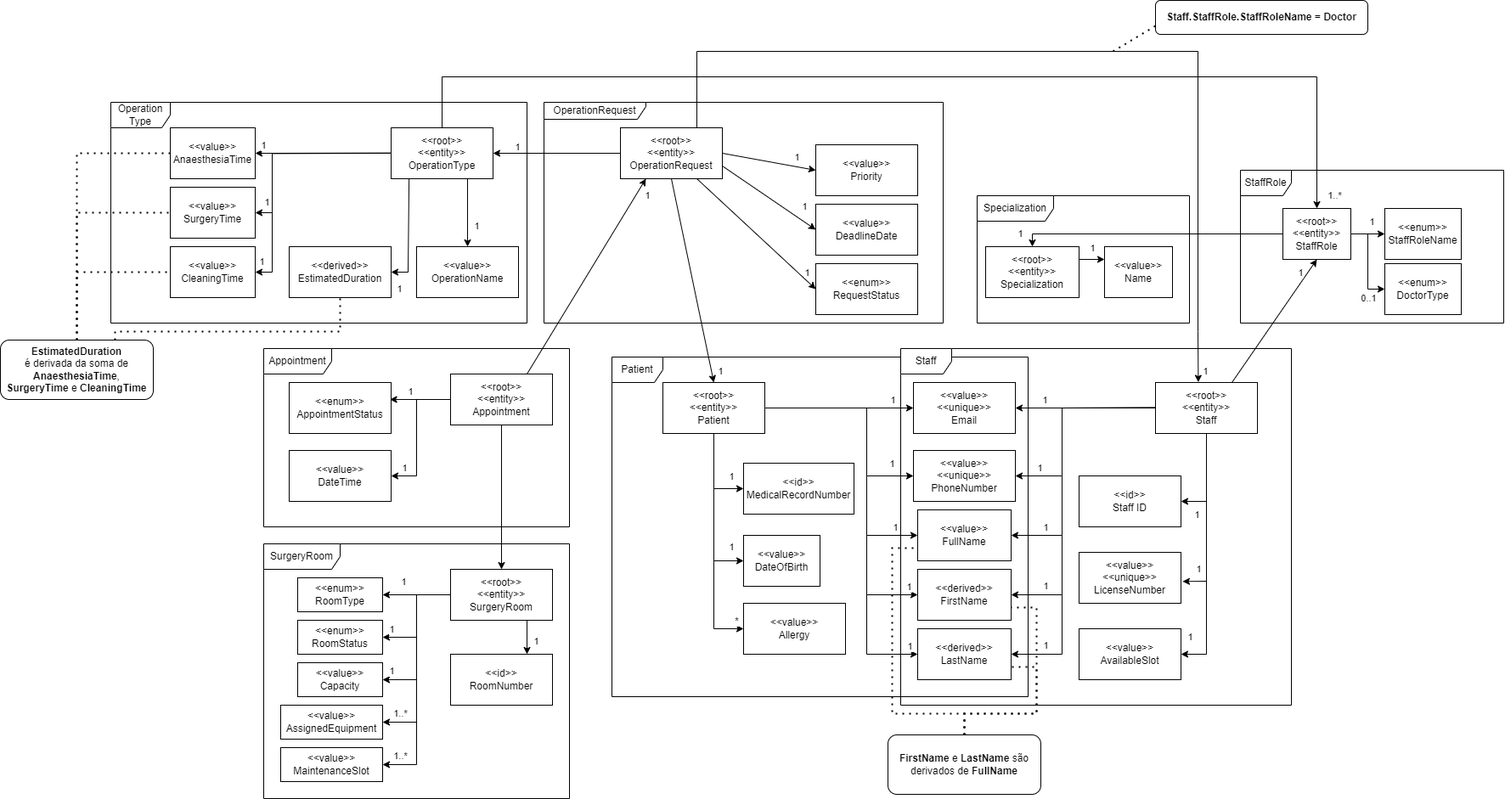
This is docs/geral/domain_model/images/DomainModel.png from andredsferreira/p5sem-3dj-g59, a draw.io export, as it was before one commit. Source tidied: cells renumbered, new cells last; positions are measured from the earlier drawing's top-left corner, leaving out a move shared by most shapes.
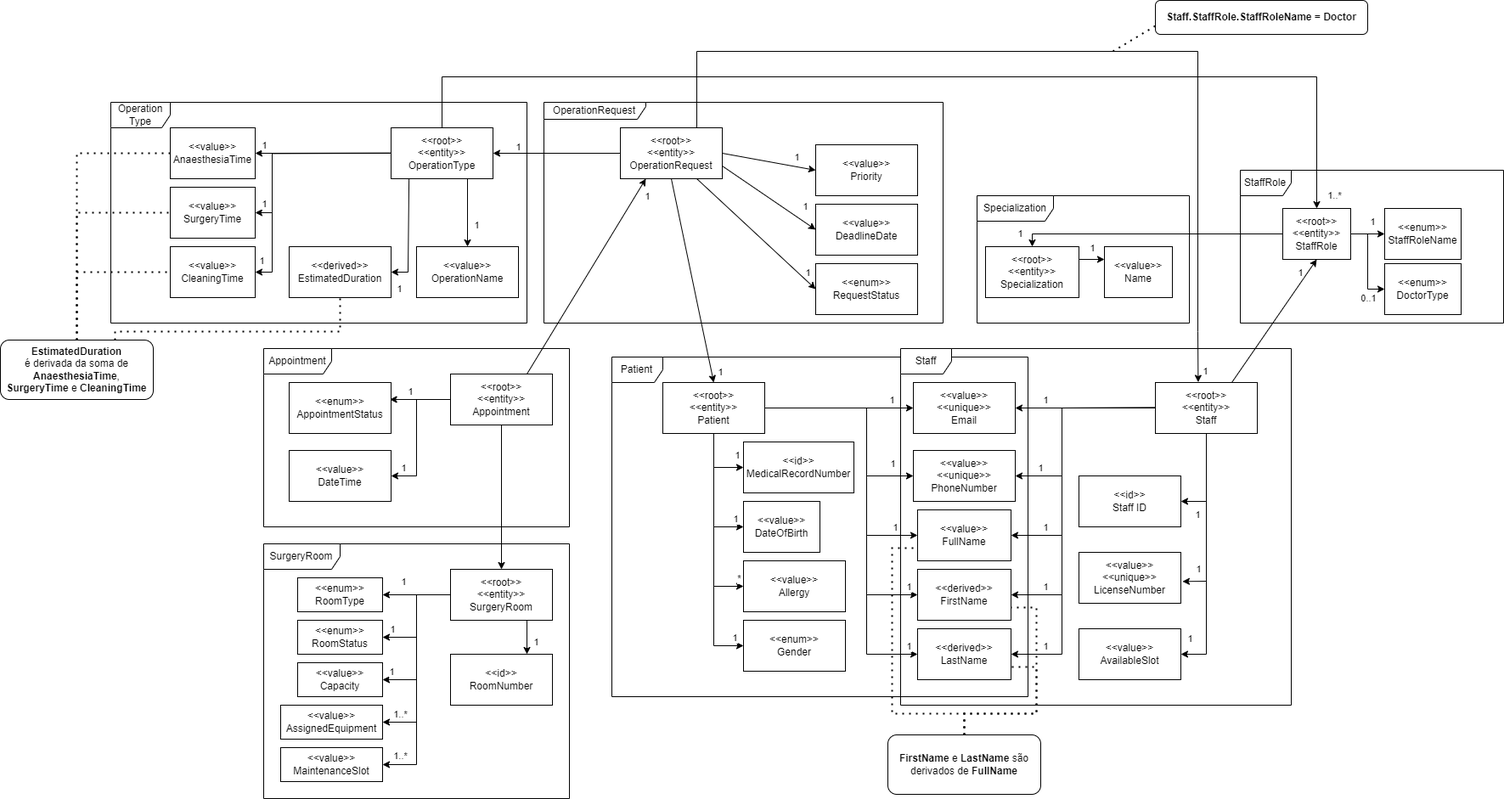
The same diagram one commit later.

What changed in the source:
```diff
@@ -73,12 +73,12 @@
       <mxGeometry x="340" y="290" width="120" height="60" as="geometry" />
     </mxCell>
     <mxCell id="22" value="&amp;lt;&amp;lt;value&amp;gt;&amp;gt;&lt;div&gt;DateOfBirth&lt;/div&gt;" style="whiteSpace=wrap;html=1;" parent="1" vertex="1">
-      <mxGeometry x="875" y="630" width="90" height="60" as="geometry" />
+      <mxGeometry x="875" y="590" width="90" height="60" as="geometry" />
     </mxCell>
     <mxCell id="23" style="endArrow=classic;html=1;rounded=0;exitX=0.5;exitY=1;exitDx=0;exitDy=0;entryX=0;entryY=0.5;entryDx=0;entryDy=0;" parent="1" edge="1" source="8" target="22">
       <mxGeometry relative="1" as="geometry">
         <Array as="points">
-          <mxPoint x="840" y="660" />
+          <mxPoint x="840" y="620" />
         </Array>
       </mxGeometry>
     </mxCell>
@@ -88,12 +88,12 @@
       </mxGeometry>
     </mxCell>
     <mxCell id="25" value="&amp;lt;&amp;lt;id&amp;gt;&amp;gt;&lt;div&gt;MedicalRecordNumber&lt;/div&gt;" style="whiteSpace=wrap;html=1;" parent="1" vertex="1">
-      <mxGeometry x="875" y="545" width="130" height="60" as="geometry" />
+      <mxGeometry x="875" y="520" width="130" height="60" as="geometry" />
     </mxCell>
     <mxCell id="26" style="endArrow=classic;html=1;rounded=0;exitX=0.5;exitY=1;exitDx=0;exitDy=0;entryX=0;entryY=0.5;entryDx=0;entryDy=0;" parent="1" edge="1" source="8" target="25">
       <mxGeometry relative="1" as="geometry">
         <Array as="points">
-          <mxPoint x="840" y="575" />
+          <mxPoint x="840" y="550" />
         </Array>
       </mxGeometry>
     </mxCell>
@@ -135,12 +135,12 @@
       </mxGeometry>
     </mxCell>
     <mxCell id="34" value="&amp;lt;&amp;lt;value&amp;gt;&amp;gt;&lt;div&gt;Allergy&lt;/div&gt;" style="whiteSpace=wrap;html=1;" parent="1" vertex="1">
-      <mxGeometry x="875" y="710" width="120" height="60" as="geometry" />
+      <mxGeometry x="875" y="660" width="120" height="60" as="geometry" />
     </mxCell>
     <mxCell id="35" style="endArrow=classic;html=1;rounded=0;exitX=0.5;exitY=1;exitDx=0;exitDy=0;entryX=0;entryY=0.5;entryDx=0;entryDy=0;" parent="1" edge="1" source="8" target="34">
       <mxGeometry relative="1" as="geometry">
         <Array as="points">
-          <mxPoint x="840" y="740" />
+          <mxPoint x="840" y="690" />
         </Array>
       </mxGeometry>
     </mxCell>
@@ -694,5 +694,21 @@
         </Array>
       </mxGeometry>
     </mxCell>
+    <mxCell id="143" value="&amp;lt;&amp;lt;enum&amp;gt;&amp;gt;&lt;div&gt;Gender&lt;/div&gt;" style="whiteSpace=wrap;html=1;" parent="1" vertex="1">
+      <mxGeometry x="875" y="730" width="120" height="60" as="geometry" />
+    </mxCell>
+    <mxCell id="144" style="endArrow=classic;html=1;rounded=0;exitX=0.5;exitY=1;exitDx=0;exitDy=0;entryX=0;entryY=0.5;entryDx=0;entryDy=0;" parent="1" edge="1" target="143">
+      <mxGeometry relative="1" as="geometry">
+        <mxPoint x="840" y="510" as="sourcePoint" />
+        <Array as="points">
+          <mxPoint x="840" y="760" />
+        </Array>
+      </mxGeometry>
+    </mxCell>
+    <mxCell id="145" value="1" style="edgeLabel;html=1;align=center;verticalAlign=middle;" parent="144" vertex="1">
+      <mxGeometry x="0.86" y="1" relative="1" as="geometry">
+        <mxPoint x="9" y="-9" as="offset" />
+      </mxGeometry>
+    </mxCell>
   </root>
 </mxGraphModel>
```
